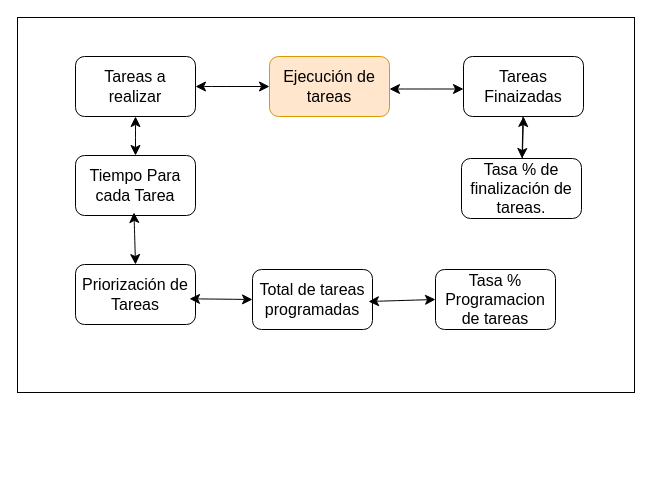
Earlier version of the draw.io diagram page "Página-1" (1 of 2) of ModelosTaller8Simulacion.drawio (EstebanGitPro/AdminFinanazas). Source tidied: cells renumbered, new cells numbered last; positions are measured from the earlier drawing's top-left corner, leaving out a move shared by most shapes. Both pictures are drawn from the tidied source at 100%, with x=0, y=0 at pixel (17, 17).
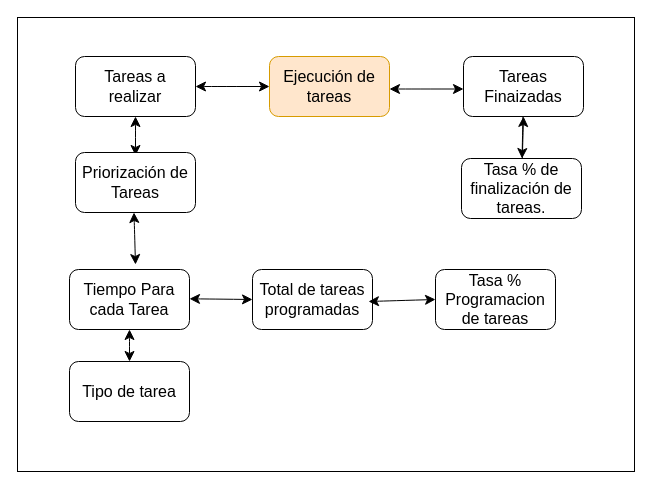
After the change.

Unchanged cells that the change refers to:
```xml
<mxCell id="6" value="Tareas a realizar" style="rounded=1;whiteSpace=wrap;html=1;fontSize=16;" parent="1" vertex="1">
  <mxGeometry x="58" y="39" width="120" height="60" as="geometry" />
</mxCell>
```

The edit, as a diff of the source:
```diff
@@
     <mxCell id="2" style="rounded=0;whiteSpace=wrap;html=1;fontSize=16;" parent="1" vertex="1">
-      <mxGeometry width="617" height="375" as="geometry" />
+      <mxGeometry width="617" height="454" as="geometry" />
     </mxCell>
@@
-    <mxCell id="10" value="Priorización de Tareas" style="rounded=1;whiteSpace=wrap;html=1;fontSize=16;" parent="1" vertex="1">
-      <mxGeometry x="58" y="247" width="120" height="60" as="geometry" />
-    </mxCell>
-    <mxCell id="11" value="Tiempo Para cada Tarea" style="rounded=1;whiteSpace=wrap;html=1;fontSize=16;" parent="1" vertex="1">
-      <mxGeometry x="58" y="138" width="120" height="60" as="geometry" />
-    </mxCell>
@@
-    <mxCell id="15" style="endArrow=classic;startArrow=classic;html=1;rounded=0;fontSize=12;startSize=8;endSize=8;curved=1;entryX=0.5;entryY=0;entryDx=0;entryDy=0;exitX=0.5;exitY=1;exitDx=0;exitDy=0;" parent="1" edge="1" source="6" target="11">
-      <mxGeometry relative="1" as="geometry" />
+    <mxCell id="15" style="endArrow=classic;startArrow=classic;html=1;rounded=0;fontSize=12;startSize=8;endSize=8;curved=1;entryX=0.5;entryY=0;entryDx=0;entryDy=0;exitX=0.5;exitY=1;exitDx=0;exitDy=0;" parent="1" edge="1" source="6">
+      <mxGeometry relative="1" as="geometry">
+        <mxPoint x="118" y="138" as="targetPoint" />
+      </mxGeometry>
     </mxCell>
-    <mxCell id="16" style="endArrow=classic;startArrow=classic;html=1;rounded=0;fontSize=12;startSize=8;endSize=8;curved=1;entryX=0.5;entryY=0;entryDx=0;entryDy=0;exitX=0.5;exitY=1;exitDx=0;exitDy=0;" parent="1" edge="1" target="10">
+    <mxCell id="16" style="endArrow=classic;startArrow=classic;html=1;rounded=0;fontSize=12;startSize=8;endSize=8;curved=1;entryX=0.5;entryY=0;entryDx=0;entryDy=0;exitX=0.5;exitY=1;exitDx=0;exitDy=0;" parent="1" edge="1">
       <mxGeometry relative="1" as="geometry">
         <mxPoint x="116.5" y="195" as="sourcePoint" />
+        <mxPoint x="118" y="247" as="targetPoint" />
       </mxGeometry>
     </mxCell>
@@
+    <mxCell id="10" value="Priorización de Tareas" style="rounded=1;whiteSpace=wrap;html=1;fontSize=16;" parent="1" vertex="1">
+      <mxGeometry x="58" y="135" width="120" height="60" as="geometry" />
+    </mxCell>
+    <mxCell id="11" value="Tiempo Para cada Tarea" style="rounded=1;whiteSpace=wrap;html=1;fontSize=16;" parent="1" vertex="1">
+      <mxGeometry x="52" y="252" width="120" height="60" as="geometry" />
+    </mxCell>
+    <mxCell id="19" value="Tipo de tarea" style="rounded=1;whiteSpace=wrap;html=1;fontSize=16;" parent="1" vertex="1">
+      <mxGeometry x="52" y="344" width="120" height="60" as="geometry" />
+    </mxCell>
+    <mxCell id="20" style="endArrow=classic;startArrow=classic;html=1;rounded=0;fontSize=12;startSize=8;endSize=8;curved=1;entryX=0.5;entryY=0;entryDx=0;entryDy=0;exitX=0.5;exitY=1;exitDx=0;exitDy=0;" parent="1" edge="1" source="11" target="19">
+      <mxGeometry relative="1" as="geometry" />
+    </mxCell>
```
